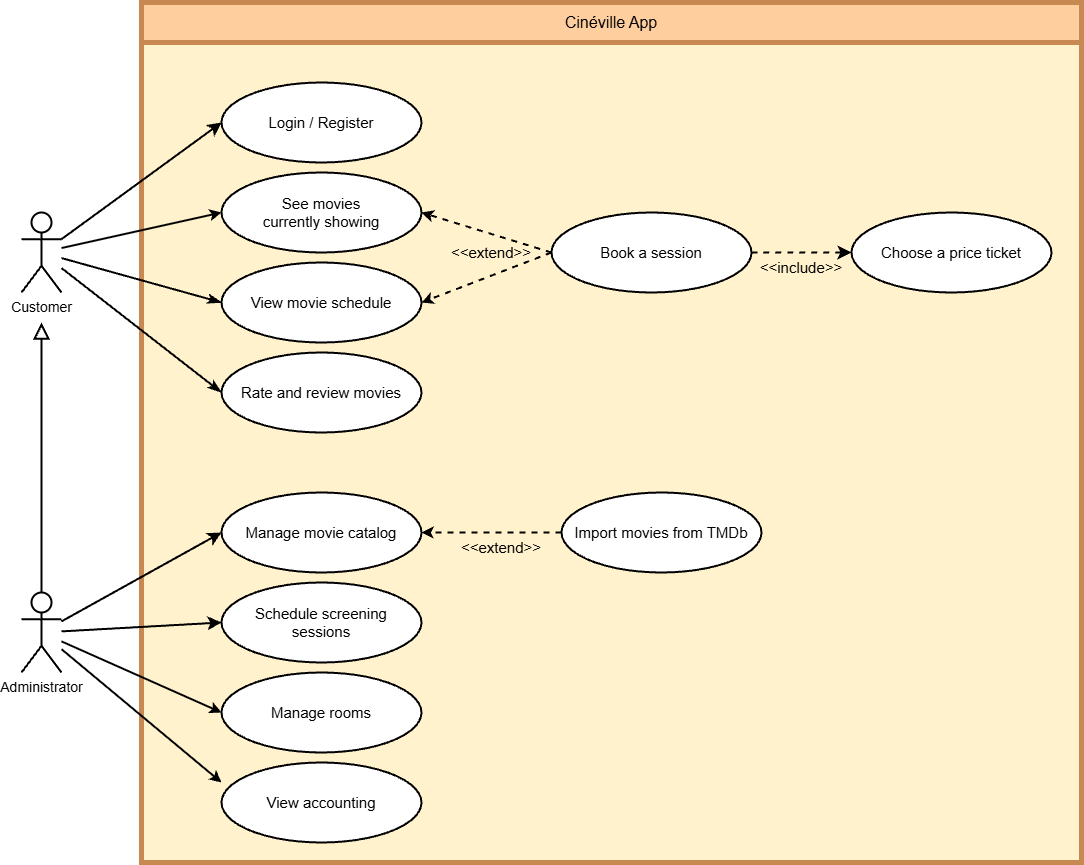
This is doc/use_case_diagram.png from mdeniard/ensai-it-project-2a-team-4, a draw.io export, as it was before one commit. Source tidied: cells renumbered, new cells last; positions are measured from the earlier drawing's top-left corner, leaving out a move shared by most shapes. Source of this version:
```xml
<mxGraphModel background="#FFFFFF">
  <root>
    <mxCell id="0" />
    <mxCell id="1" parent="0" />
    <mxCell id="2" value="&lt;span style=&quot;font-size: 16px;&quot;&gt;Cinéville App&lt;/span&gt;" style="swimlane;whiteSpace=wrap;html=1;strokeWidth=5;strokeColor=#C78851;gradientColor=none;fillColor=#FFCE9F;swimlaneFillColor=#FFF2CC;startSize=40;fontStyle=0;" parent="1" vertex="1">
      <mxGeometry x="120" width="940" height="860" as="geometry" />
    </mxCell>
    <mxCell id="3" value="View movie schedule" style="ellipse;whiteSpace=wrap;html=1;fontSize=15;strokeWidth=2;fontStyle=0;" parent="2" vertex="1">
      <mxGeometry x="80" y="260" width="200" height="80" as="geometry" />
    </mxCell>
    <mxCell id="4" value="Schedule screening&lt;br style=&quot;border-color: rgb(218, 220, 224); font-size: 15px;&quot;&gt;sessions" style="ellipse;whiteSpace=wrap;html=1;fontSize=15;strokeWidth=2;fontStyle=0;" parent="2" vertex="1">
      <mxGeometry x="80" y="580" width="200" height="80" as="geometry" />
    </mxCell>
    <mxCell id="5" value="Rate and review movies" style="ellipse;whiteSpace=wrap;html=1;fontSize=15;strokeWidth=2;fontStyle=0;" parent="2" vertex="1">
      <mxGeometry x="80" y="350" width="200" height="80" as="geometry" />
    </mxCell>
    <mxCell id="6" value="Login / Register" style="ellipse;whiteSpace=wrap;html=1;fontSize=15;strokeWidth=2;fontStyle=0;" parent="2" vertex="1">
      <mxGeometry x="80" y="80" width="200" height="80" as="geometry" />
    </mxCell>
    <mxCell id="7" value="Manage rooms" style="ellipse;whiteSpace=wrap;html=1;fontSize=15;strokeWidth=2;fontStyle=0;" parent="2" vertex="1">
      <mxGeometry x="80" y="670" width="200" height="80" as="geometry" />
    </mxCell>
    <mxCell id="8" value="&amp;lt;&amp;lt;extend&amp;gt;&amp;gt;" style="text;html=1;whiteSpace=wrap;strokeColor=none;fillColor=none;align=center;verticalAlign=middle;rounded=0;fontSize=15;fontStyle=0;" parent="2" vertex="1">
      <mxGeometry x="330" y="530" width="60" height="30" as="geometry" />
    </mxCell>
    <mxCell id="9" value="&lt;div style=&quot;font-size: 15px;&quot;&gt;&lt;span style=&quot;background-color: initial; font-size: 15px;&quot;&gt;See movies&lt;/span&gt;&lt;/div&gt;&lt;div style=&quot;font-size: 15px;&quot;&gt;&lt;span style=&quot;background-color: initial; font-size: 15px;&quot;&gt;currently showing&lt;/span&gt;&lt;/div&gt;" style="ellipse;whiteSpace=wrap;html=1;fontSize=15;strokeWidth=2;fontStyle=0;" parent="2" vertex="1">
      <mxGeometry x="80" y="170" width="200" height="80" as="geometry" />
    </mxCell>
    <mxCell id="10" value="Choose a price ticket" style="ellipse;whiteSpace=wrap;html=1;fontSize=15;strokeWidth=2;fontStyle=0;" parent="2" vertex="1">
      <mxGeometry x="710" y="210" width="200" height="80" as="geometry" />
    </mxCell>
    <mxCell id="11" style="edgeStyle=none;curved=1;rounded=0;jettySize=auto;html=1;fontSize=12;startSize=8;endSize=8;strokeWidth=2;dashed=1;exitX=1;exitY=0.5;exitDx=0;exitDy=0;fontStyle=0;" parent="2" edge="1" source="15" target="10">
      <mxGeometry relative="1" as="geometry" />
    </mxCell>
    <mxCell id="12" value="&amp;lt;&amp;lt;include&amp;gt;&amp;gt;" style="text;html=1;whiteSpace=wrap;strokeColor=none;fillColor=none;align=center;verticalAlign=middle;rounded=0;fontSize=15;fontStyle=0;" parent="2" vertex="1">
      <mxGeometry x="630" y="250" width="60" height="30" as="geometry" />
    </mxCell>
    <mxCell id="13" style="edgeStyle=none;html=1;exitX=0;exitY=0.5;exitDx=0;exitDy=0;entryX=1;entryY=0.5;entryDx=0;entryDy=0;strokeColor=default;strokeWidth=2;endArrow=classic;endFill=1;dashed=1;fontStyle=0;" parent="2" edge="1" source="15" target="9">
      <mxGeometry relative="1" as="geometry" />
    </mxCell>
    <mxCell id="14" style="edgeStyle=none;html=1;exitX=0;exitY=0.5;exitDx=0;exitDy=0;entryX=1;entryY=0.5;entryDx=0;entryDy=0;dashed=1;strokeColor=default;strokeWidth=2;endArrow=classic;endFill=1;fontStyle=0;" parent="2" edge="1" source="15" target="3">
      <mxGeometry relative="1" as="geometry" />
    </mxCell>
    <mxCell id="15" value="Book a session" style="ellipse;whiteSpace=wrap;html=1;fontSize=15;strokeWidth=2;fontStyle=0;" parent="2" vertex="1">
      <mxGeometry x="410" y="210" width="200" height="80" as="geometry" />
    </mxCell>
    <mxCell id="16" value="Manage movie catalog" style="ellipse;whiteSpace=wrap;html=1;fontSize=15;strokeWidth=2;fontStyle=0;" parent="2" vertex="1">
      <mxGeometry x="80" y="490" width="200" height="80" as="geometry" />
    </mxCell>
    <mxCell id="17" value="View accounting" style="ellipse;whiteSpace=wrap;html=1;fontSize=15;strokeWidth=2;fontStyle=0;" parent="2" vertex="1">
      <mxGeometry x="80" y="760" width="200" height="80" as="geometry" />
    </mxCell>
    <mxCell id="18" value="Import movies from TMDb" style="ellipse;whiteSpace=wrap;html=1;fontSize=15;strokeWidth=2;fontStyle=0;" parent="2" vertex="1">
      <mxGeometry x="420" y="490" width="200" height="80" as="geometry" />
    </mxCell>
    <mxCell id="19" value="&amp;lt;&amp;lt;extend&amp;gt;&amp;gt;" style="text;html=1;whiteSpace=wrap;strokeColor=none;fillColor=none;align=center;verticalAlign=middle;rounded=0;fontSize=15;fontStyle=0;" parent="2" vertex="1">
      <mxGeometry x="320" y="235" width="60" height="30" as="geometry" />
    </mxCell>
    <mxCell id="20" style="edgeStyle=none;html=1;exitX=0;exitY=0.5;exitDx=0;exitDy=0;strokeColor=default;strokeWidth=2;endArrow=classic;endFill=1;dashed=1;entryX=1;entryY=0.5;entryDx=0;entryDy=0;fontStyle=0;" parent="2" edge="1" source="18" target="16">
      <mxGeometry relative="1" as="geometry" />
    </mxCell>
    <mxCell id="21" style="edgeStyle=none;curved=1;rounded=0;jettySize=auto;html=1;entryX=0;entryY=0.5;entryDx=0;entryDy=0;fontSize=12;startSize=8;endSize=8;endArrow=classic;endFill=1;strokeWidth=2;exitX=1;exitY=0.3333333333333333;exitDx=0;exitDy=0;exitPerimeter=0;fontStyle=0;" parent="1" edge="1" source="23" target="6">
      <mxGeometry relative="1" as="geometry" />
    </mxCell>
    <mxCell id="22" style="edgeStyle=none;curved=1;rounded=0;jettySize=auto;html=1;entryX=0;entryY=0.5;entryDx=0;entryDy=0;fontSize=12;startSize=8;endSize=8;endArrow=classicThin;endFill=1;strokeWidth=2;fontStyle=0;" parent="1" edge="1" source="23" target="3">
      <mxGeometry relative="1" as="geometry" />
    </mxCell>
    <mxCell id="23" value="&lt;font style=&quot;font-size: 14px;&quot;&gt;Customer&lt;/font&gt;" style="shape=umlActor;verticalLabelPosition=bottom;verticalAlign=top;html=1;outlineConnect=0;strokeWidth=2;fontStyle=0;fontSize=14;" parent="1" vertex="1">
      <mxGeometry y="210" width="40" height="80" as="geometry" />
    </mxCell>
    <mxCell id="24" style="edgeStyle=none;html=1;exitX=0.5;exitY=0;exitDx=0;exitDy=0;exitPerimeter=0;strokeColor=default;strokeWidth=2;endArrow=block;endFill=0;endSize=12;fontStyle=0;" parent="1" edge="1" source="25">
      <mxGeometry relative="1" as="geometry">
        <mxPoint x="20" y="320" as="targetPoint" />
      </mxGeometry>
    </mxCell>
    <mxCell id="25" value="&lt;font style=&quot;font-size: 14px;&quot;&gt;Administrator&lt;/font&gt;" style="shape=umlActor;verticalLabelPosition=bottom;verticalAlign=top;html=1;outlineConnect=0;strokeWidth=2;fontStyle=0;fontSize=14;" parent="1" vertex="1">
      <mxGeometry y="590" width="40" height="80" as="geometry" />
    </mxCell>
    <mxCell id="26" style="edgeStyle=none;curved=1;rounded=0;jettySize=auto;html=1;entryX=0;entryY=0.5;entryDx=0;entryDy=0;fontSize=12;startSize=8;endSize=8;strokeWidth=2;endArrow=classicThin;endFill=1;fontStyle=0;" parent="1" edge="1" source="23" target="5">
      <mxGeometry relative="1" as="geometry" />
    </mxCell>
    <mxCell id="27" style="edgeStyle=none;curved=1;rounded=0;jettySize=auto;html=1;entryX=0;entryY=0.5;entryDx=0;entryDy=0;fontSize=12;startSize=8;endSize=8;strokeWidth=2;endArrow=classic;endFill=1;fontStyle=0;" parent="1" edge="1" source="25" target="4">
      <mxGeometry relative="1" as="geometry" />
    </mxCell>
    <mxCell id="28" style="edgeStyle=none;curved=1;rounded=0;jettySize=auto;html=1;entryX=0;entryY=0.5;entryDx=0;entryDy=0;fontSize=12;startSize=8;endSize=8;endArrow=classic;endFill=1;strokeWidth=2;fontStyle=0;" parent="1" edge="1" source="25" target="16">
      <mxGeometry relative="1" as="geometry" />
    </mxCell>
    <mxCell id="29" style="edgeStyle=none;html=1;strokeWidth=2;strokeColor=default;endArrow=classic;endFill=1;entryX=0;entryY=0.5;entryDx=0;entryDy=0;fontStyle=0;" parent="1" edge="1" source="23" target="9">
      <mxGeometry relative="1" as="geometry" />
    </mxCell>
    <mxCell id="30" style="edgeStyle=none;html=1;strokeColor=default;strokeWidth=2;endArrow=classic;endFill=1;entryX=0;entryY=0.5;entryDx=0;entryDy=0;fontStyle=0;" parent="1" edge="1" source="25" target="7">
      <mxGeometry relative="1" as="geometry" />
    </mxCell>
    <mxCell id="31" style="edgeStyle=none;html=1;strokeColor=default;strokeWidth=2;endArrow=classic;endFill=1;fontStyle=0;" parent="1" edge="1" source="25">
      <mxGeometry relative="1" as="geometry">
        <mxPoint x="200" y="780" as="targetPoint" />
      </mxGeometry>
    </mxCell>
  </root>
</mxGraphModel>
```
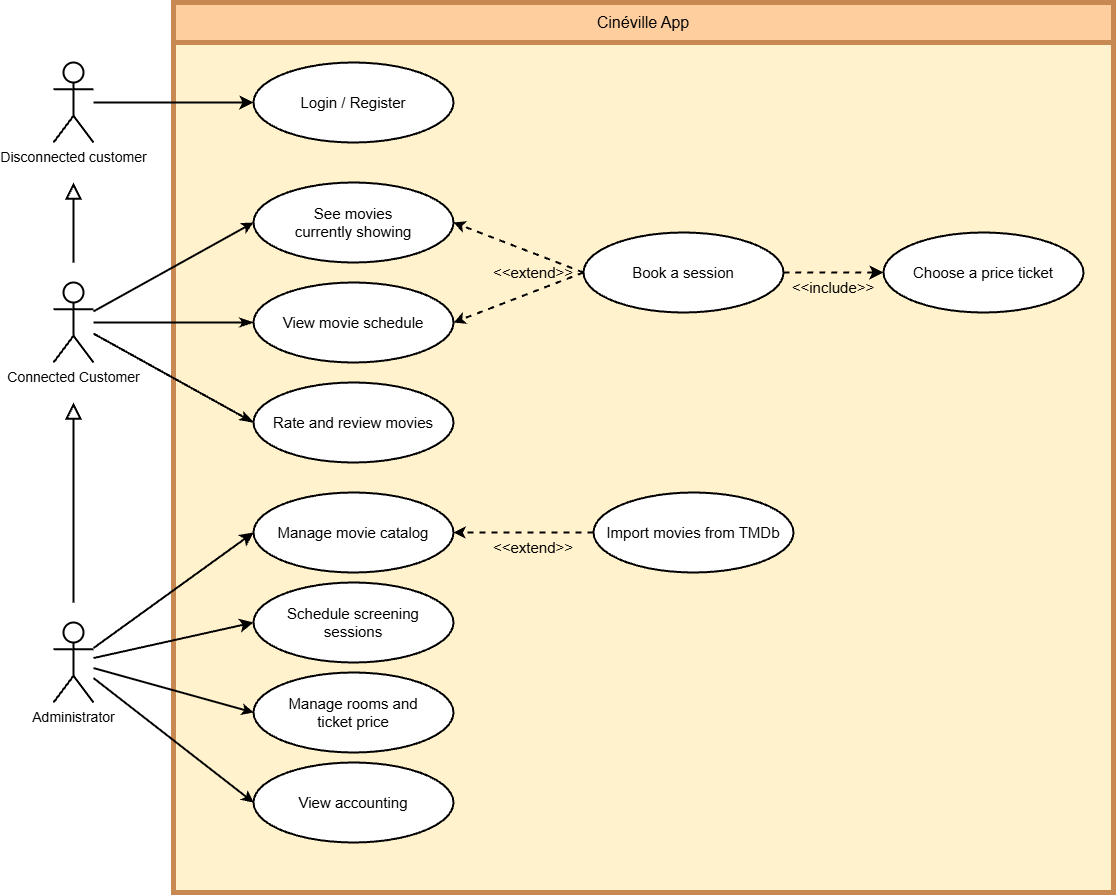
After the commit.

Commit message:
Updated Data model and use case diagram

Change to the diagram source:
```diff
@@ -3,37 +3,37 @@
     <mxCell id="0" />
     <mxCell id="1" parent="0" />
     <mxCell id="2" value="&lt;span style=&quot;font-size: 16px;&quot;&gt;Cinéville App&lt;/span&gt;" style="swimlane;whiteSpace=wrap;html=1;strokeWidth=5;strokeColor=#C78851;gradientColor=none;fillColor=#FFCE9F;swimlaneFillColor=#FFF2CC;startSize=40;fontStyle=0;" parent="1" vertex="1">
-      <mxGeometry x="120" width="940" height="860" as="geometry" />
+      <mxGeometry x="120" y="-50" width="940" height="890" as="geometry" />
     </mxCell>
     <mxCell id="3" value="View movie schedule" style="ellipse;whiteSpace=wrap;html=1;fontSize=15;strokeWidth=2;fontStyle=0;" parent="2" vertex="1">
-      <mxGeometry x="80" y="260" width="200" height="80" as="geometry" />
+      <mxGeometry x="80" y="280" width="200" height="80" as="geometry" />
     </mxCell>
     <mxCell id="4" value="Schedule screening&lt;br style=&quot;border-color: rgb(218, 220, 224); font-size: 15px;&quot;&gt;sessions" style="ellipse;whiteSpace=wrap;html=1;fontSize=15;strokeWidth=2;fontStyle=0;" parent="2" vertex="1">
       <mxGeometry x="80" y="580" width="200" height="80" as="geometry" />
     </mxCell>
     <mxCell id="5" value="Rate and review movies" style="ellipse;whiteSpace=wrap;html=1;fontSize=15;strokeWidth=2;fontStyle=0;" parent="2" vertex="1">
-      <mxGeometry x="80" y="350" width="200" height="80" as="geometry" />
+      <mxGeometry x="80" y="380" width="200" height="80" as="geometry" />
     </mxCell>
     <mxCell id="6" value="Login / Register" style="ellipse;whiteSpace=wrap;html=1;fontSize=15;strokeWidth=2;fontStyle=0;" parent="2" vertex="1">
-      <mxGeometry x="80" y="80" width="200" height="80" as="geometry" />
+      <mxGeometry x="80" y="60" width="200" height="80" as="geometry" />
     </mxCell>
-    <mxCell id="7" value="Manage rooms" style="ellipse;whiteSpace=wrap;html=1;fontSize=15;strokeWidth=2;fontStyle=0;" parent="2" vertex="1">
+    <mxCell id="7" value="Manage rooms and &lt;br&gt;ticket price" style="ellipse;whiteSpace=wrap;html=1;fontSize=15;strokeWidth=2;fontStyle=0;" parent="2" vertex="1">
       <mxGeometry x="80" y="670" width="200" height="80" as="geometry" />
     </mxCell>
     <mxCell id="8" value="&amp;lt;&amp;lt;extend&amp;gt;&amp;gt;" style="text;html=1;whiteSpace=wrap;strokeColor=none;fillColor=none;align=center;verticalAlign=middle;rounded=0;fontSize=15;fontStyle=0;" parent="2" vertex="1">
       <mxGeometry x="330" y="530" width="60" height="30" as="geometry" />
     </mxCell>
     <mxCell id="9" value="&lt;div style=&quot;font-size: 15px;&quot;&gt;&lt;span style=&quot;background-color: initial; font-size: 15px;&quot;&gt;See movies&lt;/span&gt;&lt;/div&gt;&lt;div style=&quot;font-size: 15px;&quot;&gt;&lt;span style=&quot;background-color: initial; font-size: 15px;&quot;&gt;currently showing&lt;/span&gt;&lt;/div&gt;" style="ellipse;whiteSpace=wrap;html=1;fontSize=15;strokeWidth=2;fontStyle=0;" parent="2" vertex="1">
-      <mxGeometry x="80" y="170" width="200" height="80" as="geometry" />
+      <mxGeometry x="80" y="180" width="200" height="80" as="geometry" />
     </mxCell>
     <mxCell id="10" value="Choose a price ticket" style="ellipse;whiteSpace=wrap;html=1;fontSize=15;strokeWidth=2;fontStyle=0;" parent="2" vertex="1">
-      <mxGeometry x="710" y="210" width="200" height="80" as="geometry" />
+      <mxGeometry x="710" y="230" width="200" height="80" as="geometry" />
     </mxCell>
     <mxCell id="11" style="edgeStyle=none;curved=1;rounded=0;jettySize=auto;html=1;fontSize=12;startSize=8;endSize=8;strokeWidth=2;dashed=1;exitX=1;exitY=0.5;exitDx=0;exitDy=0;fontStyle=0;" parent="2" edge="1" source="15" target="10">
       <mxGeometry relative="1" as="geometry" />
     </mxCell>
     <mxCell id="12" value="&amp;lt;&amp;lt;include&amp;gt;&amp;gt;" style="text;html=1;whiteSpace=wrap;strokeColor=none;fillColor=none;align=center;verticalAlign=middle;rounded=0;fontSize=15;fontStyle=0;" parent="2" vertex="1">
-      <mxGeometry x="630" y="250" width="60" height="30" as="geometry" />
+      <mxGeometry x="630" y="270" width="60" height="30" as="geometry" />
     </mxCell>
     <mxCell id="13" style="edgeStyle=none;html=1;exitX=0;exitY=0.5;exitDx=0;exitDy=0;entryX=1;entryY=0.5;entryDx=0;entryDy=0;strokeColor=default;strokeWidth=2;endArrow=classic;endFill=1;dashed=1;fontStyle=0;" parent="2" edge="1" source="15" target="9">
       <mxGeometry relative="1" as="geometry" />
@@ -42,7 +42,7 @@
       <mxGeometry relative="1" as="geometry" />
     </mxCell>
     <mxCell id="15" value="Book a session" style="ellipse;whiteSpace=wrap;html=1;fontSize=15;strokeWidth=2;fontStyle=0;" parent="2" vertex="1">
-      <mxGeometry x="410" y="210" width="200" height="80" as="geometry" />
+      <mxGeometry x="410" y="230" width="200" height="80" as="geometry" />
     </mxCell>
     <mxCell id="16" value="Manage movie catalog" style="ellipse;whiteSpace=wrap;html=1;fontSize=15;strokeWidth=2;fontStyle=0;" parent="2" vertex="1">
       <mxGeometry x="80" y="490" width="200" height="80" as="geometry" />
@@ -54,27 +54,28 @@
       <mxGeometry x="420" y="490" width="200" height="80" as="geometry" />
     </mxCell>
     <mxCell id="19" value="&amp;lt;&amp;lt;extend&amp;gt;&amp;gt;" style="text;html=1;whiteSpace=wrap;strokeColor=none;fillColor=none;align=center;verticalAlign=middle;rounded=0;fontSize=15;fontStyle=0;" parent="2" vertex="1">
-      <mxGeometry x="320" y="235" width="60" height="30" as="geometry" />
+      <mxGeometry x="330" y="255" width="60" height="30" as="geometry" />
     </mxCell>
     <mxCell id="20" style="edgeStyle=none;html=1;exitX=0;exitY=0.5;exitDx=0;exitDy=0;strokeColor=default;strokeWidth=2;endArrow=classic;endFill=1;dashed=1;entryX=1;entryY=0.5;entryDx=0;entryDy=0;fontStyle=0;" parent="2" edge="1" source="18" target="16">
       <mxGeometry relative="1" as="geometry" />
     </mxCell>
-    <mxCell id="21" style="edgeStyle=none;curved=1;rounded=0;jettySize=auto;html=1;entryX=0;entryY=0.5;entryDx=0;entryDy=0;fontSize=12;startSize=8;endSize=8;endArrow=classic;endFill=1;strokeWidth=2;exitX=1;exitY=0.3333333333333333;exitDx=0;exitDy=0;exitPerimeter=0;fontStyle=0;" parent="1" edge="1" source="23" target="6">
+    <mxCell id="21" style="edgeStyle=none;curved=1;rounded=0;jettySize=auto;html=1;entryX=0;entryY=0.5;entryDx=0;entryDy=0;fontSize=12;startSize=8;endSize=8;endArrow=classic;endFill=1;strokeWidth=2;fontStyle=0;" parent="1" edge="1" source="32" target="6">
       <mxGeometry relative="1" as="geometry" />
     </mxCell>
     <mxCell id="22" style="edgeStyle=none;curved=1;rounded=0;jettySize=auto;html=1;entryX=0;entryY=0.5;entryDx=0;entryDy=0;fontSize=12;startSize=8;endSize=8;endArrow=classicThin;endFill=1;strokeWidth=2;fontStyle=0;" parent="1" edge="1" source="23" target="3">
       <mxGeometry relative="1" as="geometry" />
     </mxCell>
-    <mxCell id="23" value="&lt;font style=&quot;font-size: 14px;&quot;&gt;Customer&lt;/font&gt;" style="shape=umlActor;verticalLabelPosition=bottom;verticalAlign=top;html=1;outlineConnect=0;strokeWidth=2;fontStyle=0;fontSize=14;" parent="1" vertex="1">
-      <mxGeometry y="210" width="40" height="80" as="geometry" />
+    <mxCell id="23" value="&lt;font style=&quot;font-size: 14px;&quot;&gt;Connected Customer&lt;/font&gt;" style="shape=umlActor;verticalLabelPosition=bottom;verticalAlign=top;html=1;outlineConnect=0;strokeWidth=2;fontStyle=0;fontSize=14;" parent="1" vertex="1">
+      <mxGeometry y="230" width="40" height="80" as="geometry" />
     </mxCell>
-    <mxCell id="24" style="edgeStyle=none;html=1;exitX=0.5;exitY=0;exitDx=0;exitDy=0;exitPerimeter=0;strokeColor=default;strokeWidth=2;endArrow=block;endFill=0;endSize=12;fontStyle=0;" parent="1" edge="1" source="25">
+    <mxCell id="24" style="edgeStyle=none;html=1;strokeColor=default;strokeWidth=2;endArrow=block;endFill=0;endSize=12;fontStyle=0;" parent="1" edge="1">
       <mxGeometry relative="1" as="geometry">
-        <mxPoint x="20" y="320" as="targetPoint" />
+        <mxPoint x="20" y="550" as="sourcePoint" />
+        <mxPoint x="20" y="350" as="targetPoint" />
       </mxGeometry>
     </mxCell>
     <mxCell id="25" value="&lt;font style=&quot;font-size: 14px;&quot;&gt;Administrator&lt;/font&gt;" style="shape=umlActor;verticalLabelPosition=bottom;verticalAlign=top;html=1;outlineConnect=0;strokeWidth=2;fontStyle=0;fontSize=14;" parent="1" vertex="1">
-      <mxGeometry y="590" width="40" height="80" as="geometry" />
+      <mxGeometry y="570" width="40" height="80" as="geometry" />
     </mxCell>
     <mxCell id="26" style="edgeStyle=none;curved=1;rounded=0;jettySize=auto;html=1;entryX=0;entryY=0.5;entryDx=0;entryDy=0;fontSize=12;startSize=8;endSize=8;strokeWidth=2;endArrow=classicThin;endFill=1;fontStyle=0;" parent="1" edge="1" source="23" target="5">
       <mxGeometry relative="1" as="geometry" />
@@ -93,8 +94,17 @@
     </mxCell>
     <mxCell id="31" style="edgeStyle=none;html=1;strokeColor=default;strokeWidth=2;endArrow=classic;endFill=1;fontStyle=0;" parent="1" edge="1" source="25">
       <mxGeometry relative="1" as="geometry">
-        <mxPoint x="200" y="780" as="targetPoint" />
+        <mxPoint x="200" y="750" as="targetPoint" />
       </mxGeometry>
     </mxCell>
+    <mxCell id="32" value="&lt;font style=&quot;font-size: 14px;&quot;&gt;Disconnected customer&lt;/font&gt;" style="shape=umlActor;verticalLabelPosition=bottom;verticalAlign=top;html=1;outlineConnect=0;strokeWidth=2;fontStyle=0;fontSize=14;" parent="1" vertex="1">
+      <mxGeometry y="10" width="40" height="80" as="geometry" />
+    </mxCell>
+    <mxCell id="33" style="edgeStyle=none;html=1;strokeColor=default;strokeWidth=2;endArrow=block;endFill=0;endSize=12;fontStyle=0;" parent="1" edge="1">
+      <mxGeometry relative="1" as="geometry">
+        <mxPoint x="20" y="210" as="sourcePoint" />
+        <mxPoint x="20" y="130" as="targetPoint" />
+      </mxGeometry>
+    </mxCell>
   </root>
 </mxGraphModel>
```
